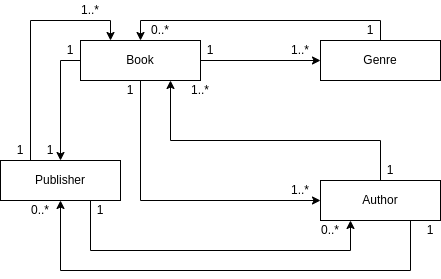
Above: Diagrams/EFCoreBookStoreDB.drawio.png in Daizman/EFCore (draw.io), before the change. Source tidied: cells renumbered, new cells last; positions are measured from the earlier drawing's top-left corner, leaving out a move shared by most shapes. Its diagram source:
```xml
<mxGraphModel>
  <root>
    <mxCell id="0" />
    <mxCell id="1" parent="0" />
    <mxCell id="2" style="edgeStyle=orthogonalEdgeStyle;rounded=0;jettySize=auto;html=1;exitX=1;exitY=0.5;exitDx=0;exitDy=0;" parent="1" edge="1" source="5" target="7">
      <mxGeometry relative="1" as="geometry" />
    </mxCell>
    <mxCell id="3" style="edgeStyle=orthogonalEdgeStyle;rounded=0;jettySize=auto;html=1;exitX=0.5;exitY=1;exitDx=0;exitDy=0;entryX=0;entryY=0.5;entryDx=0;entryDy=0;" parent="1" edge="1" source="5" target="13">
      <mxGeometry relative="1" as="geometry">
        <Array as="points">
          <mxPoint x="140" y="200" />
        </Array>
      </mxGeometry>
    </mxCell>
    <mxCell id="4" style="edgeStyle=orthogonalEdgeStyle;rounded=0;jettySize=auto;html=1;exitX=0;exitY=0.5;exitDx=0;exitDy=0;" parent="1" edge="1" source="5" target="10">
      <mxGeometry relative="1" as="geometry" />
    </mxCell>
    <mxCell id="5" value="Book" style="rounded=0;whiteSpace=wrap;html=1;" parent="1" vertex="1">
      <mxGeometry x="80" y="40" width="120" height="40" as="geometry" />
    </mxCell>
    <mxCell id="6" style="edgeStyle=orthogonalEdgeStyle;rounded=0;jettySize=auto;html=1;exitX=0.5;exitY=0;exitDx=0;exitDy=0;entryX=0.5;entryY=0;entryDx=0;entryDy=0;" parent="1" edge="1" source="7" target="5">
      <mxGeometry relative="1" as="geometry" />
    </mxCell>
    <mxCell id="7" value="Genre" style="rounded=0;whiteSpace=wrap;html=1;" parent="1" vertex="1">
      <mxGeometry x="320" y="40" width="120" height="40" as="geometry" />
    </mxCell>
    <mxCell id="8" style="edgeStyle=orthogonalEdgeStyle;rounded=0;jettySize=auto;html=1;exitX=0.25;exitY=0;exitDx=0;exitDy=0;entryX=0.25;entryY=0;entryDx=0;entryDy=0;" parent="1" edge="1" source="10" target="5">
      <mxGeometry relative="1" as="geometry" />
    </mxCell>
    <mxCell id="9" style="edgeStyle=orthogonalEdgeStyle;rounded=0;jettySize=auto;html=1;exitX=0.75;exitY=1;exitDx=0;exitDy=0;entryX=0.25;entryY=1;entryDx=0;entryDy=0;" parent="1" edge="1" source="10" target="13">
      <mxGeometry relative="1" as="geometry">
        <Array as="points">
          <mxPoint x="90" y="250" />
          <mxPoint x="350" y="250" />
        </Array>
      </mxGeometry>
    </mxCell>
    <mxCell id="10" value="Publisher" style="rounded=0;whiteSpace=wrap;html=1;" parent="1" vertex="1">
      <mxGeometry y="160" width="120" height="40" as="geometry" />
    </mxCell>
    <mxCell id="11" style="edgeStyle=orthogonalEdgeStyle;rounded=0;jettySize=auto;html=1;exitX=0.5;exitY=0;exitDx=0;exitDy=0;entryX=0.75;entryY=1;entryDx=0;entryDy=0;" parent="1" edge="1" source="13" target="5">
      <mxGeometry relative="1" as="geometry">
        <Array as="points">
          <mxPoint x="380" y="140" />
          <mxPoint x="170" y="140" />
        </Array>
      </mxGeometry>
    </mxCell>
    <mxCell id="12" style="edgeStyle=orthogonalEdgeStyle;rounded=0;jettySize=auto;html=1;exitX=0.75;exitY=1;exitDx=0;exitDy=0;entryX=0.5;entryY=1;entryDx=0;entryDy=0;" parent="1" edge="1" source="13" target="10">
      <mxGeometry relative="1" as="geometry">
        <Array as="points">
          <mxPoint x="410" y="270" />
          <mxPoint x="60" y="270" />
        </Array>
      </mxGeometry>
    </mxCell>
    <mxCell id="13" value="Author" style="rounded=0;whiteSpace=wrap;html=1;" parent="1" vertex="1">
      <mxGeometry x="320" y="180" width="120" height="40" as="geometry" />
    </mxCell>
    <mxCell id="14" value="1" style="text;html=1;strokeColor=none;fillColor=none;align=center;verticalAlign=middle;whiteSpace=wrap;rounded=0;" parent="1" vertex="1">
      <mxGeometry x="200" y="40" width="20" height="20" as="geometry" />
    </mxCell>
    <mxCell id="15" value="0..*" style="text;html=1;strokeColor=none;fillColor=none;align=center;verticalAlign=middle;whiteSpace=wrap;rounded=0;" parent="1" vertex="1">
      <mxGeometry x="140" y="20" width="40" height="20" as="geometry" />
    </mxCell>
    <mxCell id="16" value="1" style="text;html=1;strokeColor=none;fillColor=none;align=center;verticalAlign=middle;whiteSpace=wrap;rounded=0;" parent="1" vertex="1">
      <mxGeometry x="360" y="20" width="20" height="20" as="geometry" />
    </mxCell>
    <mxCell id="17" value="1..*" style="text;html=1;strokeColor=none;fillColor=none;align=center;verticalAlign=middle;whiteSpace=wrap;rounded=0;" parent="1" vertex="1">
      <mxGeometry x="280" y="40" width="40" height="20" as="geometry" />
    </mxCell>
    <mxCell id="18" value="1..*" style="text;html=1;strokeColor=none;fillColor=none;align=center;verticalAlign=middle;whiteSpace=wrap;rounded=0;" parent="1" vertex="1">
      <mxGeometry x="280" y="180" width="40" height="20" as="geometry" />
    </mxCell>
    <mxCell id="19" value="1" style="text;html=1;strokeColor=none;fillColor=none;align=center;verticalAlign=middle;whiteSpace=wrap;rounded=0;" parent="1" vertex="1">
      <mxGeometry x="120" y="80" width="20" height="20" as="geometry" />
    </mxCell>
    <mxCell id="20" value="1" style="text;html=1;strokeColor=none;fillColor=none;align=center;verticalAlign=middle;whiteSpace=wrap;rounded=0;" parent="1" vertex="1">
      <mxGeometry x="380" y="160" width="20" height="20" as="geometry" />
    </mxCell>
    <mxCell id="21" value="1..*" style="text;html=1;strokeColor=none;fillColor=none;align=center;verticalAlign=middle;whiteSpace=wrap;rounded=0;" parent="1" vertex="1">
      <mxGeometry x="180" y="80" width="40" height="20" as="geometry" />
    </mxCell>
    <mxCell id="22" value="1" style="text;html=1;strokeColor=none;fillColor=none;align=center;verticalAlign=middle;whiteSpace=wrap;rounded=0;" parent="1" vertex="1">
      <mxGeometry x="60" y="40" width="20" height="20" as="geometry" />
    </mxCell>
    <mxCell id="23" value="1" style="text;html=1;strokeColor=none;fillColor=none;align=center;verticalAlign=middle;whiteSpace=wrap;rounded=0;" parent="1" vertex="1">
      <mxGeometry x="40" y="140" width="20" height="20" as="geometry" />
    </mxCell>
    <mxCell id="24" value="1" style="text;html=1;strokeColor=none;fillColor=none;align=center;verticalAlign=middle;whiteSpace=wrap;rounded=0;" parent="1" vertex="1">
      <mxGeometry x="10" y="140" width="20" height="20" as="geometry" />
    </mxCell>
    <mxCell id="25" value="1..*" style="text;html=1;strokeColor=none;fillColor=none;align=center;verticalAlign=middle;whiteSpace=wrap;rounded=0;" parent="1" vertex="1">
      <mxGeometry x="70" width="40" height="20" as="geometry" />
    </mxCell>
    <mxCell id="26" value="1" style="text;html=1;strokeColor=none;fillColor=none;align=center;verticalAlign=middle;whiteSpace=wrap;rounded=0;" parent="1" vertex="1">
      <mxGeometry x="420" y="220" width="20" height="20" as="geometry" />
    </mxCell>
    <mxCell id="27" value="0..*" style="text;html=1;strokeColor=none;fillColor=none;align=center;verticalAlign=middle;whiteSpace=wrap;rounded=0;" parent="1" vertex="1">
      <mxGeometry x="20" y="200" width="40" height="20" as="geometry" />
    </mxCell>
    <mxCell id="28" value="1" style="text;html=1;strokeColor=none;fillColor=none;align=center;verticalAlign=middle;whiteSpace=wrap;rounded=0;" parent="1" vertex="1">
      <mxGeometry x="90" y="200" width="20" height="20" as="geometry" />
    </mxCell>
    <mxCell id="29" value="0..*" style="text;html=1;strokeColor=none;fillColor=none;align=center;verticalAlign=middle;whiteSpace=wrap;rounded=0;" parent="1" vertex="1">
      <mxGeometry x="310" y="220" width="40" height="20" as="geometry" />
    </mxCell>
  </root>
</mxGraphModel>
```
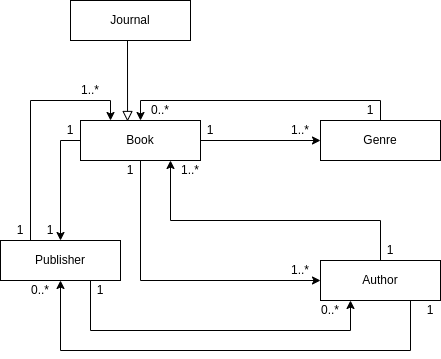
After the change.

What changed in the source:
```diff
@@ -79,7 +79,7 @@
       <mxGeometry x="380" y="160" width="20" height="20" as="geometry" />
     </mxCell>
     <mxCell id="21" value="1..*" style="text;html=1;strokeColor=none;fillColor=none;align=center;verticalAlign=middle;whiteSpace=wrap;rounded=0;" parent="1" vertex="1">
-      <mxGeometry x="180" y="80" width="40" height="20" as="geometry" />
+      <mxGeometry x="170" y="80" width="40" height="20" as="geometry" />
     </mxCell>
     <mxCell id="22" value="1" style="text;html=1;strokeColor=none;fillColor=none;align=center;verticalAlign=middle;whiteSpace=wrap;rounded=0;" parent="1" vertex="1">
       <mxGeometry x="60" y="40" width="20" height="20" as="geometry" />
@@ -105,5 +105,15 @@
     <mxCell id="29" value="0..*" style="text;html=1;strokeColor=none;fillColor=none;align=center;verticalAlign=middle;whiteSpace=wrap;rounded=0;" parent="1" vertex="1">
       <mxGeometry x="310" y="220" width="40" height="20" as="geometry" />
     </mxCell>
+    <mxCell id="30" style="edgeStyle=orthogonalEdgeStyle;rounded=0;jettySize=auto;html=1;exitX=0.5;exitY=1;exitDx=0;exitDy=0;entryX=0.392;entryY=0.025;entryDx=0;entryDy=0;endArrow=block;endFill=0;endSize=8;startSize=8;entryPerimeter=0;" parent="1" edge="1" source="31" target="5">
+      <mxGeometry relative="1" as="geometry">
+        <Array as="points">
+          <mxPoint x="127" y="-40" />
+        </Array>
+      </mxGeometry>
+    </mxCell>
+    <mxCell id="31" value="Journal" style="rounded=0;whiteSpace=wrap;html=1;" parent="1" vertex="1">
+      <mxGeometry x="70" y="-80" width="120" height="40" as="geometry" />
+    </mxCell>
   </root>
 </mxGraphModel>
```
